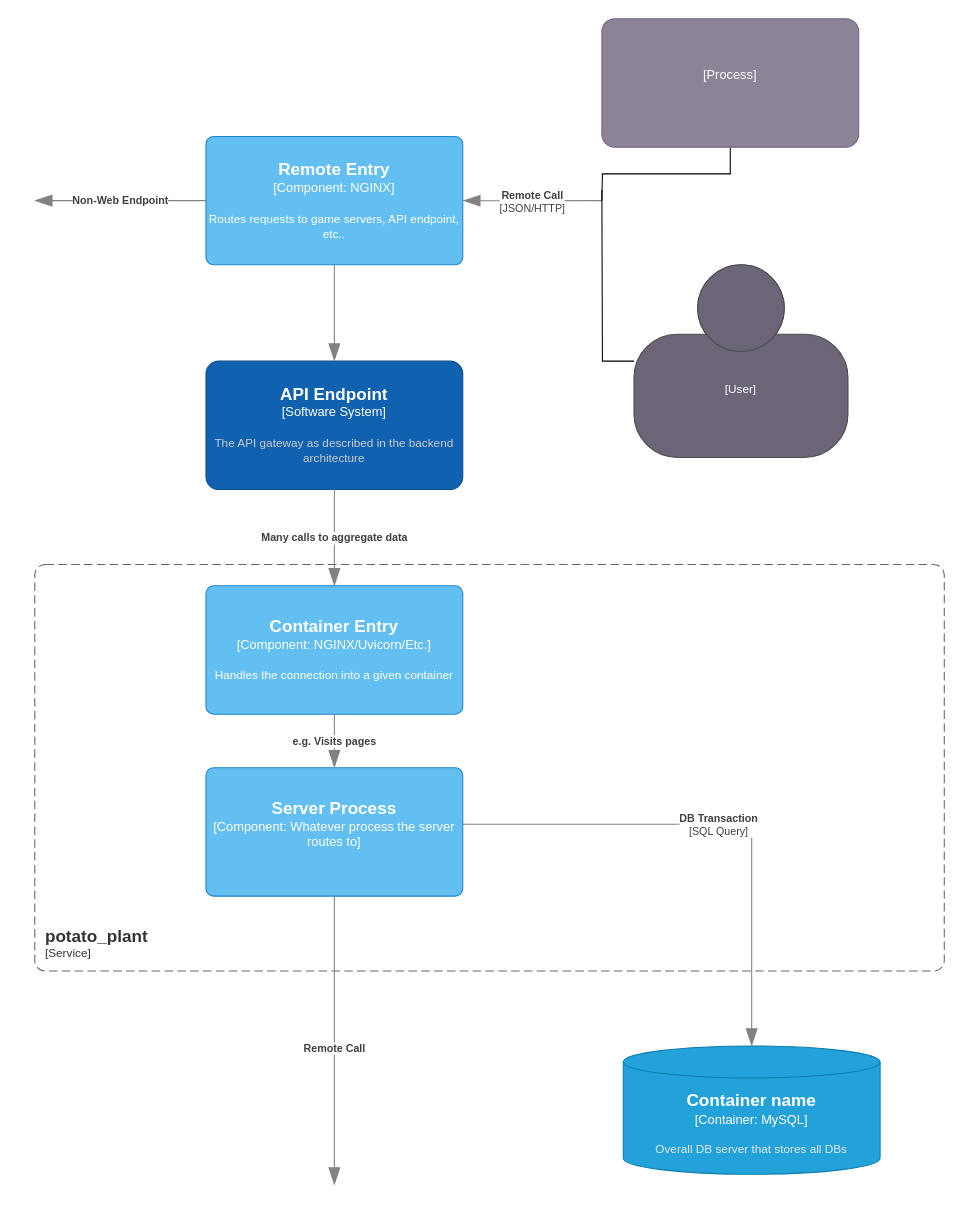
Earlier version of the draw.io diagram docs/architecture-diagrams/service/service-architecture.drawio (BourbonWarfare/potato_farmer). Source tidied: cells renumbered, new cells numbered last; positions are measured from the earlier drawing's top-left corner, leaving out a move shared by most shapes. Both pictures are drawn from the tidied source at 107%, with x=0, y=0 at pixel (34, 18).
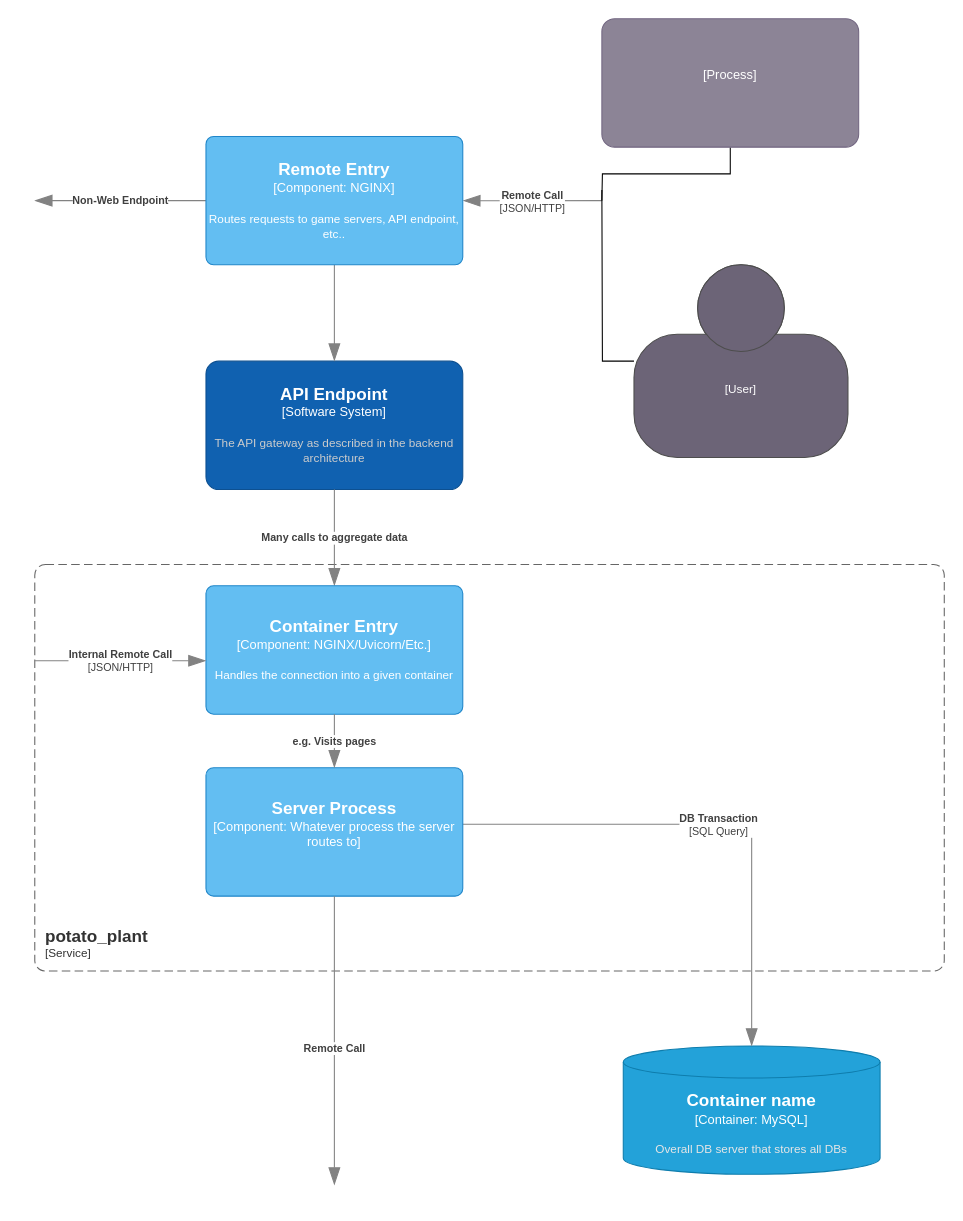
Above is the later version.

Commit message (it also covers changes not shown here):
update diagrams to show internal calls can be directed to a container directly

What changed in the source:
```diff
@@
+    <object id="19" label="&lt;div style=&quot;text-align: left&quot;&gt;&lt;div style=&quot;text-align: center&quot;&gt;&lt;b&gt;%c4Description%&lt;/b&gt;&lt;/div&gt;&lt;div style=&quot;text-align: center&quot;&gt;[%c4Technology%]&lt;/div&gt;&lt;/div&gt;" c4Description="Internal Remote Call" c4Technology="JSON/HTTP" placeholders="1">
+      <mxCell style="endArrow=blockThin;html=1;fontSize=10;fontColor=#404040;strokeWidth=1;endFill=1;strokeColor=#828282;elbow=vertical;endSize=14;startSize=14;jumpStyle=arc;jumpSize=16;rounded=0;edgeStyle=orthogonalEdgeStyle;" parent="1" edge="1">
+        <mxGeometry relative="1" as="geometry">
+          <mxPoint y="600" as="sourcePoint" />
+          <mxPoint x="160" y="600" as="targetPoint" />
+        </mxGeometry>
+      </mxCell>
+    </object>
```
